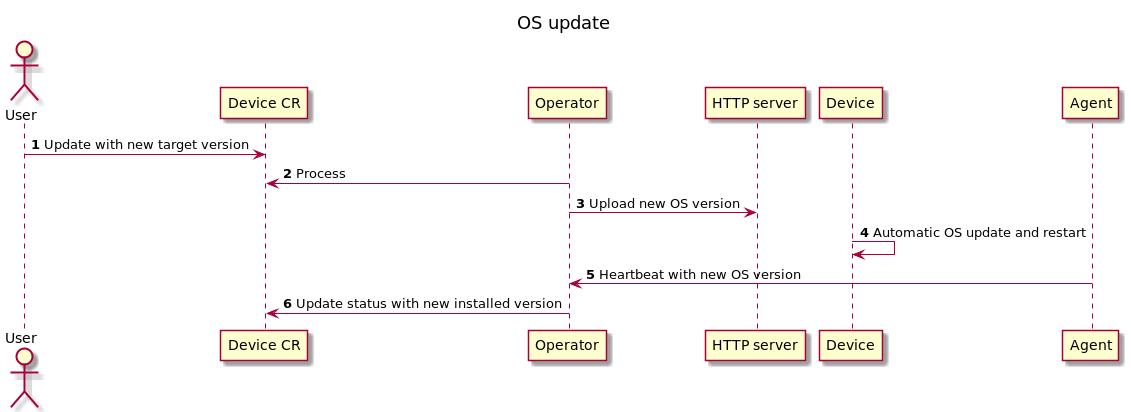
Above: docs/diagrams/OS_update.png in jakub-dzon/k4e-agent (PlantUML), before the change. Its diagram source:
```plantuml
@startuml

title OS update
autonumber
actor User

User -> "Device CR": Update with new target version
Operator -> "Device CR": Process
Operator -> "HTTP server": Upload new OS version
Device -> Device: Automatic OS update and restart
Agent -> Operator: Heartbeat with new OS version
Operator -> "Device CR": Update status with new installed version

@enduml
```
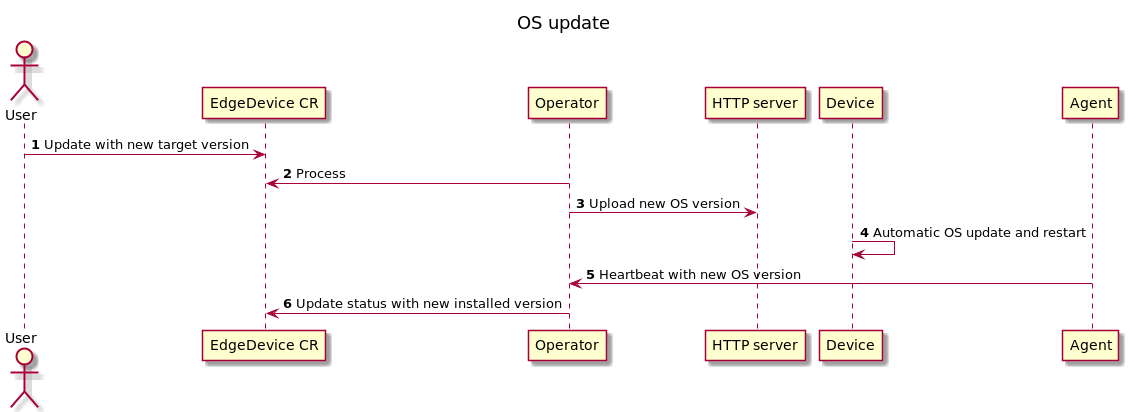
Above is the later version.

What changed in the source:
```diff
@@ -4,11 +4,11 @@
 autonumber
 actor User
 
-User -> "Device CR": Update with new target version
-Operator -> "Device CR": Process
+User -> "EdgeDevice CR": Update with new target version
+Operator -> "EdgeDevice CR": Process
 Operator -> "HTTP server": Upload new OS version
 Device -> Device: Automatic OS update and restart
 Agent -> Operator: Heartbeat with new OS version
-Operator -> "Device CR": Update status with new installed version
+Operator -> "EdgeDevice CR": Update status with new installed version
 
 @enduml
```
